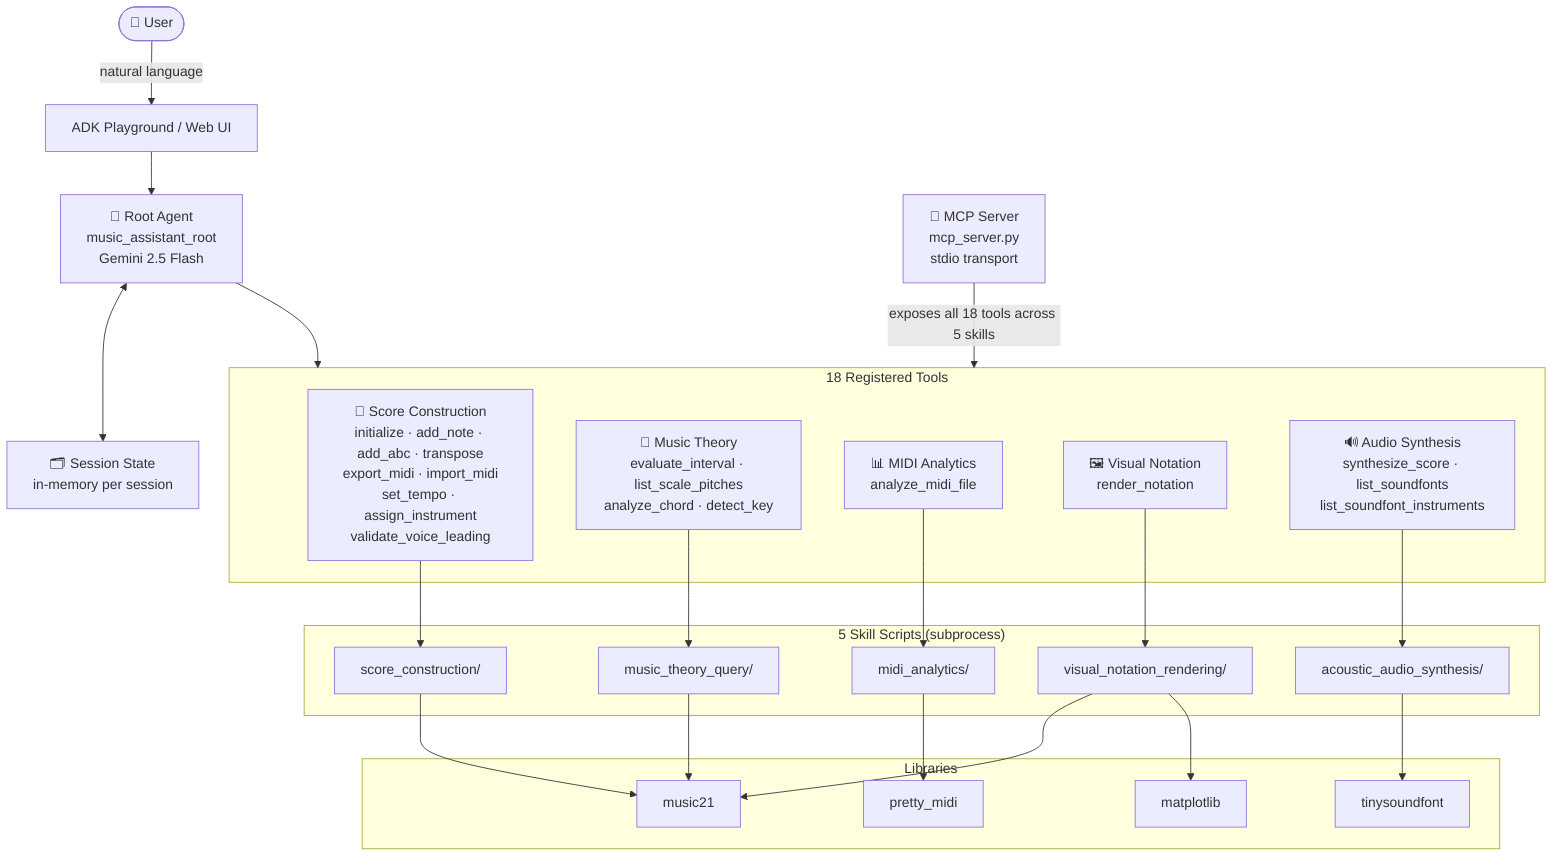
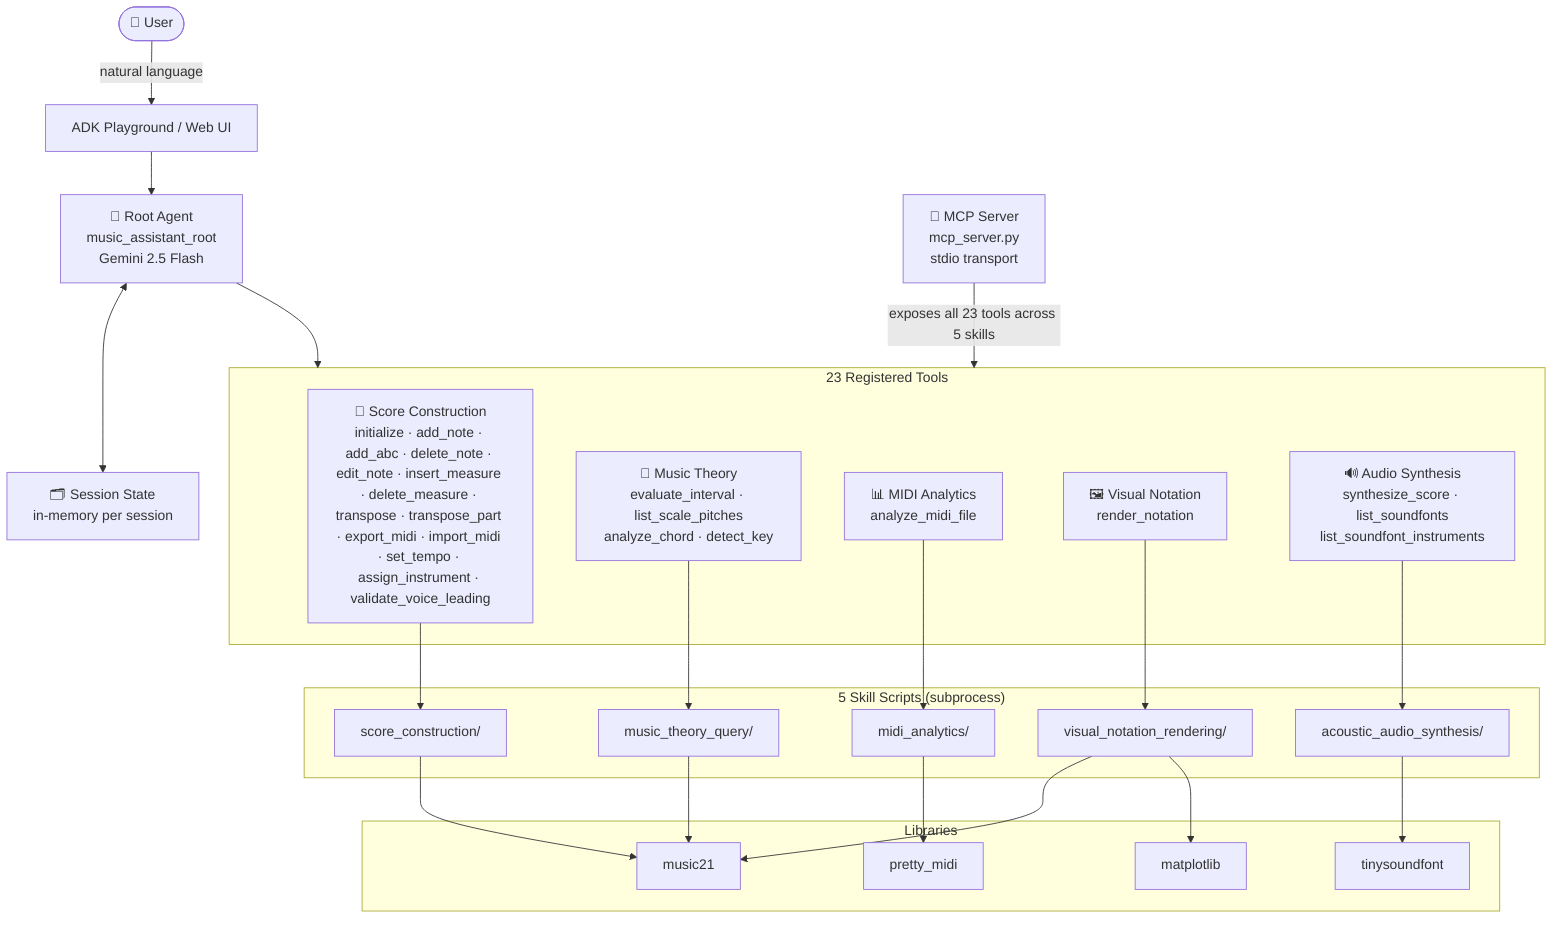
flowchart TD
    U(["👤 User"])
    PG["ADK Playground / Web UI"]
    A["🤖 Root Agent\nmusic_assistant_root\nGemini 2.5 Flash"]
    S["🗂️ Session State\nin-memory per session"]
    MCP["🔌 MCP Server\nmcp_server.py\nstdio transport"]

-     subgraph Tools ["18 Registered Tools"]
-         T1["🎼 Score Construction\ninitialize · add_note · add_abc · transpose\nexport_midi · import_midi\nset_tempo · assign_instrument\nvalidate_voice_leading"]
+     subgraph Tools ["23 Registered Tools"]
+         T1["🎼 Score Construction\ninitialize · add_note · add_abc · delete_note · edit_note · insert_measure · delete_measure · transpose · transpose_part · export_midi · import_midi · set_tempo · assign_instrument · validate_voice_leading"]
        T2["🎵 Music Theory\nevaluate_interval · list_scale_pitches\nanalyze_chord · detect_key"]
        T3["📊 MIDI Analytics\nanalyze_midi_file"]
        T4["🖼️ Visual Notation\nrender_notation"]
        T5["🔊 Audio Synthesis\nsynthesize_score · list_soundfonts\nlist_soundfont_instruments"]
    end

    subgraph Skills ["5 Skill Scripts (subprocess)"]
        SK1["score_construction/"]
        SK2["music_theory_query/"]
        SK3["midi_analytics/"]
        SK4["visual_notation_rendering/"]
        SK5["acoustic_audio_synthesis/"]
    end

    subgraph Libs ["Libraries"]
        L1["music21"]
        L2["pretty_midi"]
        L3["matplotlib"]
        L4["tinysoundfont"]
    end

    U -->|"natural language"| PG
    PG --> A
    A <--> S
    A --> Tools
    T1 --> SK1
    T2 --> SK2
    T3 --> SK3
    T4 --> SK4
    T5 --> SK5
    SK1 & SK2 --> L1
    SK3 --> L2
    SK4 --> L1 & L3
    SK5 --> L4

-     MCP -->|"exposes all 18 tools across 5 skills"| Tools
+     MCP -->|"exposes all 23 tools across 5 skills"| Tools
